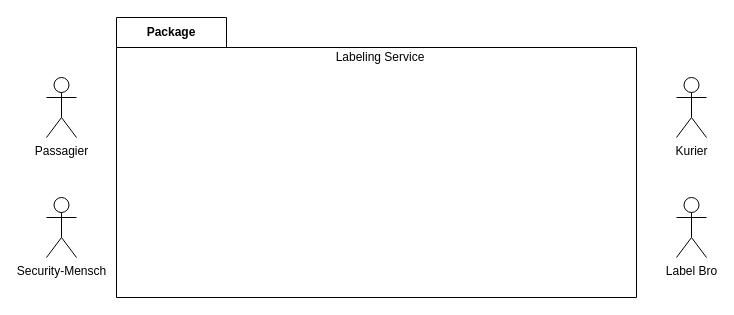
ferreric/ffhs_swem keeps this draw.io diagram as lb_system-diagramm.drawio. Above is the earlier version. Source tidied: cells renumbered, new cells numbered last; positions are measured from the earlier drawing's top-left corner, leaving out a move shared by most shapes. Both pictures are drawn from the tidied source at 100%, with x=0, y=0 at pixel (46, 17).
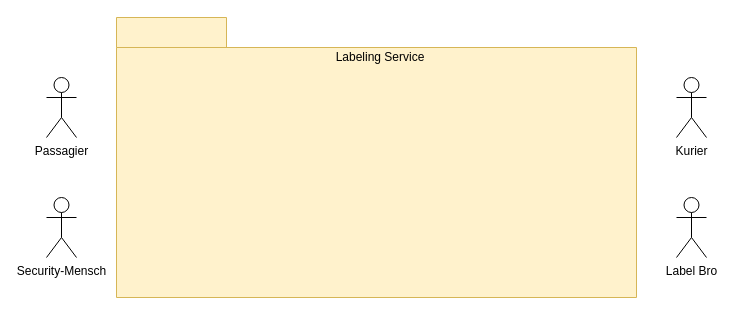
The same page after the edit.

Commit message:
lb_system-diagramm.drawio farbe gesetzt, package entfernt

Change to the diagram source:
```diff
@@
 <mxGraphModel>
   <root>
     <mxCell id="0" />
     <mxCell id="1" parent="0" />
-    <mxCell id="2" value="Package" style="shape=folder;fontStyle=1;tabWidth=110;tabHeight=30;tabPosition=left;html=1;boundedLbl=1;labelInHeader=1;whiteSpace=wrap;" parent="1" vertex="1">
+    <mxCell id="2" style="shape=folder;fontStyle=1;tabWidth=110;tabHeight=30;tabPosition=left;html=1;boundedLbl=1;labelInHeader=1;whiteSpace=wrap;fillColor=#fff2cc;strokeColor=#d6b656;" parent="1" vertex="1">
       <mxGeometry x="70" width="520" height="280" as="geometry" />
     </mxCell>
     <mxCell id="3" value="Labeling Service" style="html=1;strokeColor=none;fillColor=none;whiteSpace=wrap;" parent="2" vertex="1">
       <mxGeometry width="208" height="20" relative="1" as="geometry">
         <mxPoint x="160" y="30" as="offset" />
       </mxGeometry>
     </mxCell>
     <mxCell id="4" value="Passagier" style="shape=umlActor;verticalLabelPosition=bottom;verticalAlign=top;html=1;" parent="1" vertex="1">
       <mxGeometry y="60" width="30" height="60" as="geometry" />
     </mxCell>
     <mxCell id="5" value="Security-Mensch" style="shape=umlActor;verticalLabelPosition=bottom;verticalAlign=top;html=1;" parent="1" vertex="1">
       <mxGeometry y="180" width="30" height="60" as="geometry" />
     </mxCell>
     <mxCell id="6" value="Kurier" style="shape=umlActor;verticalLabelPosition=bottom;verticalAlign=top;html=1;" parent="1" vertex="1">
       <mxGeometry x="630" y="60" width="30" height="60" as="geometry" />
     </mxCell>
     <mxCell id="7" value="Label Bro" style="shape=umlActor;verticalLabelPosition=bottom;verticalAlign=top;html=1;" parent="1" vertex="1">
       <mxGeometry x="630" y="180" width="30" height="60" as="geometry" />
     </mxCell>
   </root>
 </mxGraphModel>
```
